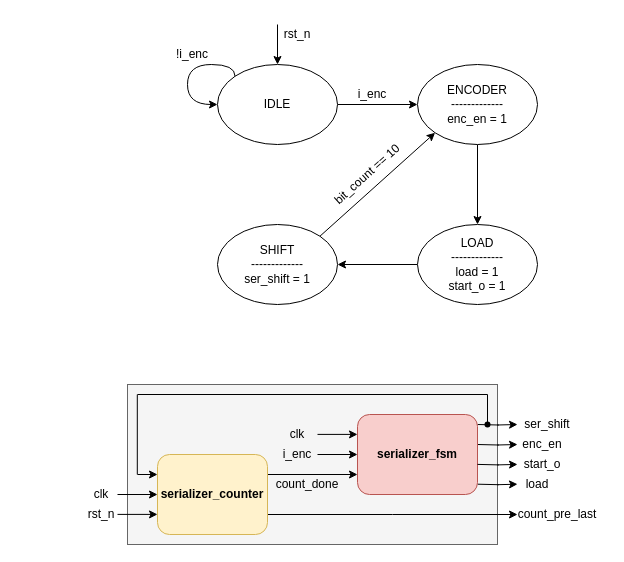
The draw.io diagram page "Serializer CTL" (5 of 6) of Quad-lane Full duplex Serializer_Deserializer(SerDes).drawio in 106210049/SerDes-PHY, before the edit. Source tidied: cells renumbered, new cells numbered last; positions are measured from the earlier drawing's top-left corner, leaving out a move shared by most shapes. Both pictures are drawn from the tidied source at 100%, with x=0, y=0 at pixel (87, 24).
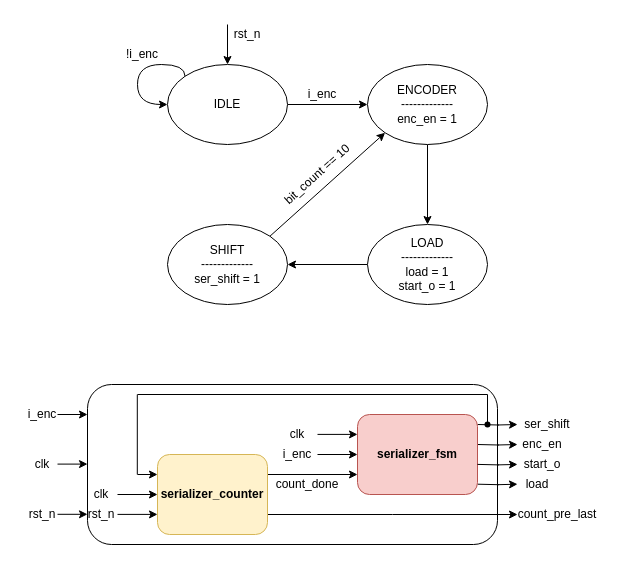
The same diagram, later.

The edit, as a diff of the source:
```diff
@@
-    <mxCell id="2" style="rounded=0;whiteSpace=wrap;html=1;fillColor=#f5f5f5;fontColor=#333333;strokeColor=#666666;" parent="1" vertex="1">
-      <mxGeometry x="40" y="360" width="370" height="160" as="geometry" />
-    </mxCell>
+    <mxCell id="44" style="rounded=1;whiteSpace=wrap;html=1;" parent="1" vertex="1">
+      <mxGeometry y="360" width="410" height="160" as="geometry" />
+    </mxCell>
@@
     <mxCell id="4" value="IDLE" style="ellipse;whiteSpace=wrap;html=1;" parent="1" vertex="1">
-      <mxGeometry x="130" y="40" width="120" height="80" as="geometry" />
+      <mxGeometry x="80" y="40" width="120" height="80" as="geometry" />
     </mxCell>
@@
     <mxCell id="6" value="ENCODER&lt;br&gt;-------------&lt;br&gt;enc_en = 1" style="ellipse;whiteSpace=wrap;html=1;" parent="1" vertex="1">
-      <mxGeometry x="330" y="40" width="120" height="80" as="geometry" />
+      <mxGeometry x="280" y="40" width="120" height="80" as="geometry" />
     </mxCell>
@@
     <mxCell id="8" value="LOAD&lt;div&gt;-------------&lt;br&gt;load = 1&lt;/div&gt;&lt;div&gt;start_o = 1&lt;/div&gt;" style="ellipse;whiteSpace=wrap;html=1;" parent="1" vertex="1">
-      <mxGeometry x="330" y="200" width="120" height="80" as="geometry" />
+      <mxGeometry x="280" y="200" width="120" height="80" as="geometry" />
     </mxCell>
     <mxCell id="9" value="SHIFT&lt;br&gt;-------------&lt;br&gt;ser_shift&amp;nbsp;= 1" style="ellipse;whiteSpace=wrap;html=1;" parent="1" vertex="1">
-      <mxGeometry x="130" y="200" width="120" height="80" as="geometry" />
+      <mxGeometry x="80" y="200" width="120" height="80" as="geometry" />
     </mxCell>
     <mxCell id="10" value="bit_count == 10" style="text;html=1;whiteSpace=wrap;strokeColor=none;fillColor=none;align=center;verticalAlign=middle;rounded=0;rotation=318;" parent="1" vertex="1">
-      <mxGeometry x="230" y="140" width="100" height="20" as="geometry" />
+      <mxGeometry x="180" y="140" width="100" height="20" as="geometry" />
     </mxCell>
     <mxCell id="11" value="i_enc" style="text;html=1;whiteSpace=wrap;strokeColor=none;fillColor=none;align=center;verticalAlign=middle;rounded=0;" parent="1" vertex="1">
-      <mxGeometry x="260" y="60" width="50" height="20" as="geometry" />
+      <mxGeometry x="210" y="60" width="50" height="20" as="geometry" />
     </mxCell>
     <mxCell id="12" style="edgeStyle=orthogonalEdgeStyle;rounded=0;orthogonalLoop=1;jettySize=auto;html=1;exitX=0;exitY=0;exitDx=0;exitDy=0;entryX=0;entryY=0.5;entryDx=0;entryDy=0;curved=1;innerLoopWaypoints=1;" parent="1" edge="1" source="4" target="4">
       <mxGeometry relative="1" as="geometry">
         <Array as="points">
-          <mxPoint x="147.6" y="40" />
-          <mxPoint x="100" y="40" />
-          <mxPoint x="100" y="80" />
+          <mxPoint x="97.6" y="40" />
+          <mxPoint x="50" y="40" />
+          <mxPoint x="50" y="80" />
         </Array>
       </mxGeometry>
     </mxCell>
     <mxCell id="13" style="endArrow=classic;html=1;rounded=0;entryX=0.5;entryY=0;entryDx=0;entryDy=0;" parent="1" edge="1" target="4">
       <mxGeometry relative="1" as="geometry">
-        <mxPoint x="190" as="sourcePoint" />
+        <mxPoint x="140" as="sourcePoint" />
       </mxGeometry>
     </mxCell>
     <mxCell id="14" value="rst_n" style="text;html=1;whiteSpace=wrap;strokeColor=none;fillColor=none;align=center;verticalAlign=middle;rounded=0;" parent="1" vertex="1">
-      <mxGeometry x="190" width="40" height="20" as="geometry" />
+      <mxGeometry x="140" width="40" height="20" as="geometry" />
     </mxCell>
@@
     <mxCell id="16" value="!i_enc" style="text;html=1;whiteSpace=wrap;strokeColor=none;fillColor=none;align=center;verticalAlign=middle;rounded=0;" parent="1" vertex="1">
-      <mxGeometry x="80" y="20" width="50" height="20" as="geometry" />
+      <mxGeometry x="30" y="20" width="50" height="20" as="geometry" />
     </mxCell>
@@
+    <mxCell id="45" style="endArrow=classic;html=1;rounded=0;" parent="1" edge="1">
+      <mxGeometry relative="1" as="geometry">
+        <mxPoint x="-30" y="390" as="sourcePoint" />
+        <mxPoint y="390" as="targetPoint" />
+      </mxGeometry>
+    </mxCell>
+    <mxCell id="46" style="endArrow=classic;html=1;rounded=0;" parent="1" edge="1">
+      <mxGeometry relative="1" as="geometry">
+        <mxPoint x="-30" y="439.6" as="sourcePoint" />
+        <mxPoint y="439.6" as="targetPoint" />
+      </mxGeometry>
+    </mxCell>
+    <mxCell id="47" style="endArrow=classic;html=1;rounded=0;" parent="1" edge="1">
+      <mxGeometry relative="1" as="geometry">
+        <mxPoint x="-30" y="489.8" as="sourcePoint" />
+        <mxPoint y="489.8" as="targetPoint" />
+      </mxGeometry>
+    </mxCell>
+    <mxCell id="48" value="i_enc" style="text;html=1;whiteSpace=wrap;strokeColor=none;fillColor=none;align=center;verticalAlign=middle;rounded=0;" parent="1" vertex="1">
+      <mxGeometry x="-70" y="380" width="50" height="20" as="geometry" />
+    </mxCell>
+    <mxCell id="49" value="rst_n" style="text;html=1;whiteSpace=wrap;strokeColor=none;fillColor=none;align=center;verticalAlign=middle;rounded=0;" parent="1" vertex="1">
+      <mxGeometry x="-60" y="480" width="30" height="20" as="geometry" />
+    </mxCell>
+    <mxCell id="50" value="clk" style="text;html=1;whiteSpace=wrap;strokeColor=none;fillColor=none;align=center;verticalAlign=middle;rounded=0;" parent="1" vertex="1">
+      <mxGeometry x="-60" y="430" width="30" height="20" as="geometry" />
+    </mxCell>
```
